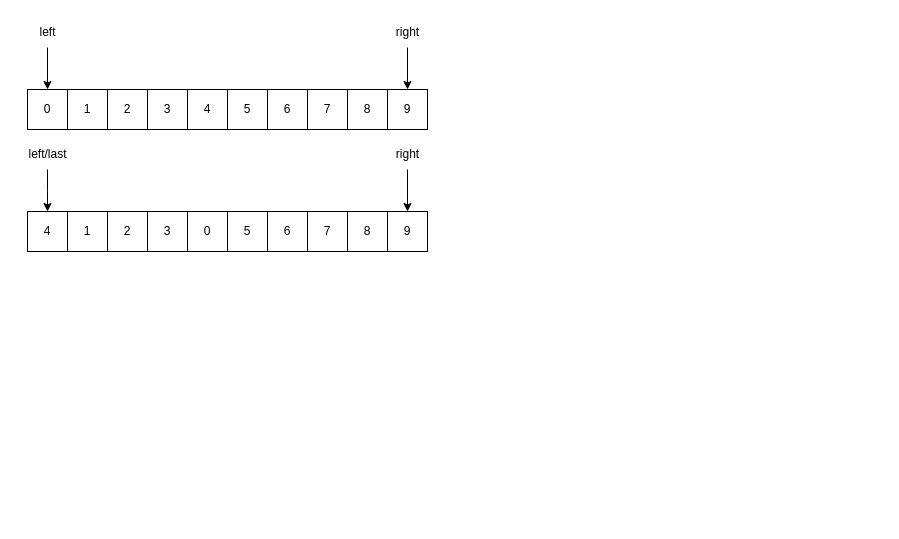
200928/image keeps this draw.io diagram as page "第 2 页" (2 of 2) of Untitled Diagram.drawio. Above is the earlier version. Source tidied: cells renumbered, new cells numbered last; positions are measured from the earlier drawing's top-left corner, leaving out a move shared by most shapes. Both pictures are drawn from the tidied source at 100%, with x=0, y=0 at pixel (17, 17).
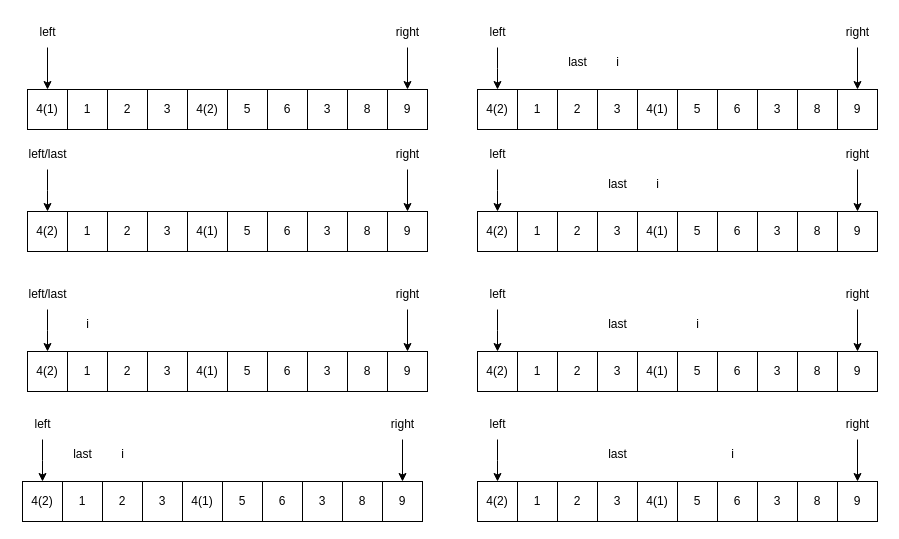
The same diagram, later.

The edit, as a diff of the source:
```diff
@@
-    <mxCell id="2" value="0" style="rounded=0;whiteSpace=wrap;html=1;" parent="1" vertex="1">
+    <mxCell id="2" value="4(1)" style="rounded=0;whiteSpace=wrap;html=1;" parent="1" vertex="1">
       <mxGeometry x="10" y="72" width="40" height="40" as="geometry" />
     </mxCell>
@@
-    <mxCell id="6" value="4" style="rounded=0;whiteSpace=wrap;html=1;" parent="1" vertex="1">
+    <mxCell id="6" value="4(2)" style="rounded=0;whiteSpace=wrap;html=1;" parent="1" vertex="1">
       <mxGeometry x="170" y="72" width="40" height="40" as="geometry" />
     </mxCell>
@@
-    <mxCell id="9" value="7" style="rounded=0;whiteSpace=wrap;html=1;" parent="1" vertex="1">
+    <mxCell id="9" value="3" style="rounded=0;whiteSpace=wrap;html=1;" parent="1" vertex="1">
       <mxGeometry x="290" y="72" width="40" height="40" as="geometry" />
     </mxCell>
@@
-    <mxCell id="19" value="4" style="rounded=0;whiteSpace=wrap;html=1;" parent="1" vertex="1">
+    <mxCell id="19" value="4(2)" style="rounded=0;whiteSpace=wrap;html=1;" parent="1" vertex="1">
       <mxGeometry x="10" y="194" width="40" height="40" as="geometry" />
     </mxCell>
@@
-    <mxCell id="22" value="7" style="rounded=0;whiteSpace=wrap;html=1;" parent="1" vertex="1">
+    <mxCell id="22" value="3" style="rounded=0;whiteSpace=wrap;html=1;" parent="1" vertex="1">
       <mxGeometry x="290" y="194" width="40" height="40" as="geometry" />
     </mxCell>
@@
-    <mxCell id="29" value="0" style="rounded=0;whiteSpace=wrap;html=1;" parent="1" vertex="1">
-      <mxGeometry x="170" y="194" width="40" height="40" as="geometry" />
-    </mxCell>
+    <mxCell id="30" value="1" style="rounded=0;whiteSpace=wrap;html=1;" parent="1" vertex="1">
+      <mxGeometry x="50" y="334" width="40" height="40" as="geometry" />
+    </mxCell>
+    <mxCell id="31" value="2" style="rounded=0;whiteSpace=wrap;html=1;" parent="1" vertex="1">
+      <mxGeometry x="90" y="334" width="40" height="40" as="geometry" />
+    </mxCell>
+    <mxCell id="32" value="3" style="rounded=0;whiteSpace=wrap;html=1;" parent="1" vertex="1">
+      <mxGeometry x="130" y="334" width="40" height="40" as="geometry" />
+    </mxCell>
+    <mxCell id="33" value="4(2)" style="rounded=0;whiteSpace=wrap;html=1;" parent="1" vertex="1">
+      <mxGeometry x="10" y="334" width="40" height="40" as="geometry" />
+    </mxCell>
+    <mxCell id="34" value="5" style="rounded=0;whiteSpace=wrap;html=1;" parent="1" vertex="1">
+      <mxGeometry x="210" y="334" width="40" height="40" as="geometry" />
+    </mxCell>
+    <mxCell id="35" value="6" style="rounded=0;whiteSpace=wrap;html=1;" parent="1" vertex="1">
+      <mxGeometry x="250" y="334" width="40" height="40" as="geometry" />
+    </mxCell>
+    <mxCell id="36" value="3" style="rounded=0;whiteSpace=wrap;html=1;" parent="1" vertex="1">
+      <mxGeometry x="290" y="334" width="40" height="40" as="geometry" />
+    </mxCell>
+    <mxCell id="37" value="8" style="rounded=0;whiteSpace=wrap;html=1;" parent="1" vertex="1">
+      <mxGeometry x="330" y="334" width="40" height="40" as="geometry" />
+    </mxCell>
+    <mxCell id="38" value="9" style="rounded=0;whiteSpace=wrap;html=1;" parent="1" vertex="1">
+      <mxGeometry x="370" y="334" width="40" height="40" as="geometry" />
+    </mxCell>
+    <mxCell id="39" style="edgeStyle=orthogonalEdgeStyle;rounded=0;jettySize=auto;html=1;entryX=0.5;entryY=0;entryDx=0;entryDy=0;" parent="1" edge="1" source="40">
+      <mxGeometry relative="1" as="geometry">
+        <mxPoint x="30" y="334" as="targetPoint" />
+      </mxGeometry>
+    </mxCell>
+    <mxCell id="40" value="left/last" style="text;html=1;align=center;verticalAlign=middle;points=[];strokeColor=none;fillColor=none;" parent="1" vertex="1">
+      <mxGeometry y="262" width="60" height="30" as="geometry" />
+    </mxCell>
+    <mxCell id="41" style="edgeStyle=orthogonalEdgeStyle;rounded=0;jettySize=auto;html=1;entryX=0.5;entryY=0;entryDx=0;entryDy=0;" parent="1" edge="1" source="42" target="38">
+      <mxGeometry relative="1" as="geometry" />
+    </mxCell>
+    <mxCell id="42" value="right" style="text;html=1;align=center;verticalAlign=middle;points=[];strokeColor=none;fillColor=none;" parent="1" vertex="1">
+      <mxGeometry x="365" y="262" width="50" height="30" as="geometry" />
+    </mxCell>
+    <mxCell id="43" value="i" style="text;html=1;align=center;verticalAlign=middle;strokeColor=none;fillColor=none;" parent="1" vertex="1">
+      <mxGeometry x="55" y="292" width="30" height="30" as="geometry" />
+    </mxCell>
+    <mxCell id="44" value="4(1)" style="rounded=0;whiteSpace=wrap;html=1;" parent="1" vertex="1">
+      <mxGeometry x="170" y="194" width="40" height="40" as="geometry" />
+    </mxCell>
+    <mxCell id="45" value="4(1)" style="rounded=0;whiteSpace=wrap;html=1;" parent="1" vertex="1">
+      <mxGeometry x="170" y="334" width="40" height="40" as="geometry" />
+    </mxCell>
+    <mxCell id="46" value="1" style="rounded=0;whiteSpace=wrap;html=1;" parent="1" vertex="1">
+      <mxGeometry x="45" y="464" width="40" height="40" as="geometry" />
+    </mxCell>
+    <mxCell id="47" value="2" style="rounded=0;whiteSpace=wrap;html=1;" parent="1" vertex="1">
+      <mxGeometry x="85" y="464" width="40" height="40" as="geometry" />
+    </mxCell>
+    <mxCell id="48" value="3" style="rounded=0;whiteSpace=wrap;html=1;" parent="1" vertex="1">
+      <mxGeometry x="125" y="464" width="40" height="40" as="geometry" />
+    </mxCell>
+    <mxCell id="49" value="4(2)" style="rounded=0;whiteSpace=wrap;html=1;" parent="1" vertex="1">
+      <mxGeometry x="5" y="464" width="40" height="40" as="geometry" />
+    </mxCell>
+    <mxCell id="50" value="5" style="rounded=0;whiteSpace=wrap;html=1;" parent="1" vertex="1">
+      <mxGeometry x="205" y="464" width="40" height="40" as="geometry" />
+    </mxCell>
+    <mxCell id="51" value="6" style="rounded=0;whiteSpace=wrap;html=1;" parent="1" vertex="1">
+      <mxGeometry x="245" y="464" width="40" height="40" as="geometry" />
+    </mxCell>
+    <mxCell id="52" value="3" style="rounded=0;whiteSpace=wrap;html=1;" parent="1" vertex="1">
+      <mxGeometry x="285" y="464" width="40" height="40" as="geometry" />
+    </mxCell>
+    <mxCell id="53" value="8" style="rounded=0;whiteSpace=wrap;html=1;" parent="1" vertex="1">
+      <mxGeometry x="325" y="464" width="40" height="40" as="geometry" />
+    </mxCell>
+    <mxCell id="54" value="9" style="rounded=0;whiteSpace=wrap;html=1;" parent="1" vertex="1">
+      <mxGeometry x="365" y="464" width="40" height="40" as="geometry" />
+    </mxCell>
+    <mxCell id="55" style="edgeStyle=orthogonalEdgeStyle;rounded=0;jettySize=auto;html=1;entryX=0.5;entryY=0;entryDx=0;entryDy=0;" parent="1" edge="1" source="56">
+      <mxGeometry relative="1" as="geometry">
+        <mxPoint x="25" y="464" as="targetPoint" />
+      </mxGeometry>
+    </mxCell>
+    <mxCell id="56" value="left" style="text;html=1;align=center;verticalAlign=middle;points=[];strokeColor=none;fillColor=none;" parent="1" vertex="1">
+      <mxGeometry x="5" y="392" width="40" height="30" as="geometry" />
+    </mxCell>
+    <mxCell id="57" style="edgeStyle=orthogonalEdgeStyle;rounded=0;jettySize=auto;html=1;entryX=0.5;entryY=0;entryDx=0;entryDy=0;" parent="1" edge="1" source="58" target="54">
+      <mxGeometry relative="1" as="geometry" />
+    </mxCell>
+    <mxCell id="58" value="right" style="text;html=1;align=center;verticalAlign=middle;points=[];strokeColor=none;fillColor=none;" parent="1" vertex="1">
+      <mxGeometry x="360" y="392" width="50" height="30" as="geometry" />
+    </mxCell>
+    <mxCell id="59" value="i" style="text;html=1;align=center;verticalAlign=middle;strokeColor=none;fillColor=none;" parent="1" vertex="1">
+      <mxGeometry x="90" y="422" width="30" height="30" as="geometry" />
+    </mxCell>
+    <mxCell id="60" value="4(1)" style="rounded=0;whiteSpace=wrap;html=1;" parent="1" vertex="1">
+      <mxGeometry x="165" y="464" width="40" height="40" as="geometry" />
+    </mxCell>
+    <mxCell id="61" value="last" style="text;html=1;align=center;verticalAlign=middle;strokeColor=none;fillColor=none;" parent="1" vertex="1">
+      <mxGeometry x="45" y="422" width="40" height="30" as="geometry" />
+    </mxCell>
+    <mxCell id="62" value="1" style="rounded=0;whiteSpace=wrap;html=1;" parent="1" vertex="1">
+      <mxGeometry x="500" y="72" width="40" height="40" as="geometry" />
+    </mxCell>
+    <mxCell id="63" value="2" style="rounded=0;whiteSpace=wrap;html=1;" parent="1" vertex="1">
+      <mxGeometry x="540" y="72" width="40" height="40" as="geometry" />
+    </mxCell>
+    <mxCell id="64" value="3" style="rounded=0;whiteSpace=wrap;html=1;" parent="1" vertex="1">
+      <mxGeometry x="580" y="72" width="40" height="40" as="geometry" />
+    </mxCell>
+    <mxCell id="65" value="4(2)" style="rounded=0;whiteSpace=wrap;html=1;" parent="1" vertex="1">
+      <mxGeometry x="460" y="72" width="40" height="40" as="geometry" />
+    </mxCell>
+    <mxCell id="66" value="5" style="rounded=0;whiteSpace=wrap;html=1;" parent="1" vertex="1">
+      <mxGeometry x="660" y="72" width="40" height="40" as="geometry" />
+    </mxCell>
+    <mxCell id="67" value="6" style="rounded=0;whiteSpace=wrap;html=1;" parent="1" vertex="1">
+      <mxGeometry x="700" y="72" width="40" height="40" as="geometry" />
+    </mxCell>
+    <mxCell id="68" value="3" style="rounded=0;whiteSpace=wrap;html=1;" parent="1" vertex="1">
+      <mxGeometry x="740" y="72" width="40" height="40" as="geometry" />
+    </mxCell>
+    <mxCell id="69" value="8" style="rounded=0;whiteSpace=wrap;html=1;" parent="1" vertex="1">
+      <mxGeometry x="780" y="72" width="40" height="40" as="geometry" />
+    </mxCell>
+    <mxCell id="70" value="9" style="rounded=0;whiteSpace=wrap;html=1;" parent="1" vertex="1">
+      <mxGeometry x="820" y="72" width="40" height="40" as="geometry" />
+    </mxCell>
+    <mxCell id="71" style="edgeStyle=orthogonalEdgeStyle;rounded=0;jettySize=auto;html=1;entryX=0.5;entryY=0;entryDx=0;entryDy=0;" parent="1" edge="1" source="72">
+      <mxGeometry relative="1" as="geometry">
+        <mxPoint x="480" y="72" as="targetPoint" />
+      </mxGeometry>
+    </mxCell>
+    <mxCell id="72" value="left" style="text;html=1;align=center;verticalAlign=middle;points=[];strokeColor=none;fillColor=none;" parent="1" vertex="1">
+      <mxGeometry x="460" width="40" height="30" as="geometry" />
+    </mxCell>
+    <mxCell id="73" style="edgeStyle=orthogonalEdgeStyle;rounded=0;jettySize=auto;html=1;entryX=0.5;entryY=0;entryDx=0;entryDy=0;" parent="1" edge="1" source="74" target="70">
+      <mxGeometry relative="1" as="geometry" />
+    </mxCell>
+    <mxCell id="74" value="right" style="text;html=1;align=center;verticalAlign=middle;points=[];strokeColor=none;fillColor=none;" parent="1" vertex="1">
+      <mxGeometry x="815" width="50" height="30" as="geometry" />
+    </mxCell>
+    <mxCell id="75" value="i" style="text;html=1;align=center;verticalAlign=middle;strokeColor=none;fillColor=none;" parent="1" vertex="1">
+      <mxGeometry x="585" y="30" width="30" height="30" as="geometry" />
+    </mxCell>
+    <mxCell id="76" value="4(1)" style="rounded=0;whiteSpace=wrap;html=1;" parent="1" vertex="1">
+      <mxGeometry x="620" y="72" width="40" height="40" as="geometry" />
+    </mxCell>
+    <mxCell id="77" value="last" style="text;html=1;align=center;verticalAlign=middle;strokeColor=none;fillColor=none;" parent="1" vertex="1">
+      <mxGeometry x="540" y="30" width="40" height="30" as="geometry" />
+    </mxCell>
+    <mxCell id="78" value="1" style="rounded=0;whiteSpace=wrap;html=1;" parent="1" vertex="1">
+      <mxGeometry x="500" y="194" width="40" height="40" as="geometry" />
+    </mxCell>
+    <mxCell id="79" value="2" style="rounded=0;whiteSpace=wrap;html=1;" parent="1" vertex="1">
+      <mxGeometry x="540" y="194" width="40" height="40" as="geometry" />
+    </mxCell>
+    <mxCell id="80" value="3" style="rounded=0;whiteSpace=wrap;html=1;" parent="1" vertex="1">
+      <mxGeometry x="580" y="194" width="40" height="40" as="geometry" />
+    </mxCell>
+    <mxCell id="81" value="4(2)" style="rounded=0;whiteSpace=wrap;html=1;" parent="1" vertex="1">
+      <mxGeometry x="460" y="194" width="40" height="40" as="geometry" />
+    </mxCell>
+    <mxCell id="82" value="5" style="rounded=0;whiteSpace=wrap;html=1;" parent="1" vertex="1">
+      <mxGeometry x="660" y="194" width="40" height="40" as="geometry" />
+    </mxCell>
+    <mxCell id="83" value="6" style="rounded=0;whiteSpace=wrap;html=1;" parent="1" vertex="1">
+      <mxGeometry x="700" y="194" width="40" height="40" as="geometry" />
+    </mxCell>
+    <mxCell id="84" value="3" style="rounded=0;whiteSpace=wrap;html=1;" parent="1" vertex="1">
+      <mxGeometry x="740" y="194" width="40" height="40" as="geometry" />
+    </mxCell>
+    <mxCell id="85" value="8" style="rounded=0;whiteSpace=wrap;html=1;" parent="1" vertex="1">
+      <mxGeometry x="780" y="194" width="40" height="40" as="geometry" />
+    </mxCell>
+    <mxCell id="86" value="9" style="rounded=0;whiteSpace=wrap;html=1;" parent="1" vertex="1">
+      <mxGeometry x="820" y="194" width="40" height="40" as="geometry" />
+    </mxCell>
+    <mxCell id="87" style="edgeStyle=orthogonalEdgeStyle;rounded=0;jettySize=auto;html=1;entryX=0.5;entryY=0;entryDx=0;entryDy=0;" parent="1" edge="1" source="88">
+      <mxGeometry relative="1" as="geometry">
+        <mxPoint x="480" y="194" as="targetPoint" />
+      </mxGeometry>
+    </mxCell>
+    <mxCell id="88" value="left" style="text;html=1;align=center;verticalAlign=middle;points=[];strokeColor=none;fillColor=none;" parent="1" vertex="1">
+      <mxGeometry x="460" y="122" width="40" height="30" as="geometry" />
+    </mxCell>
+    <mxCell id="89" style="edgeStyle=orthogonalEdgeStyle;rounded=0;jettySize=auto;html=1;entryX=0.5;entryY=0;entryDx=0;entryDy=0;" parent="1" edge="1" source="90" target="86">
+      <mxGeometry relative="1" as="geometry" />
+    </mxCell>
+    <mxCell id="90" value="right" style="text;html=1;align=center;verticalAlign=middle;points=[];strokeColor=none;fillColor=none;" parent="1" vertex="1">
+      <mxGeometry x="815" y="122" width="50" height="30" as="geometry" />
+    </mxCell>
+    <mxCell id="91" value="i" style="text;html=1;align=center;verticalAlign=middle;strokeColor=none;fillColor=none;" parent="1" vertex="1">
+      <mxGeometry x="625" y="152" width="30" height="30" as="geometry" />
+    </mxCell>
+    <mxCell id="92" value="4(1)" style="rounded=0;whiteSpace=wrap;html=1;" parent="1" vertex="1">
+      <mxGeometry x="620" y="194" width="40" height="40" as="geometry" />
+    </mxCell>
+    <mxCell id="93" value="last" style="text;html=1;align=center;verticalAlign=middle;strokeColor=none;fillColor=none;" parent="1" vertex="1">
+      <mxGeometry x="580" y="152" width="40" height="30" as="geometry" />
+    </mxCell>
+    <mxCell id="94" value="1" style="rounded=0;whiteSpace=wrap;html=1;" parent="1" vertex="1">
+      <mxGeometry x="500" y="334" width="40" height="40" as="geometry" />
+    </mxCell>
+    <mxCell id="95" value="2" style="rounded=0;whiteSpace=wrap;html=1;" parent="1" vertex="1">
+      <mxGeometry x="540" y="334" width="40" height="40" as="geometry" />
+    </mxCell>
+    <mxCell id="96" value="3" style="rounded=0;whiteSpace=wrap;html=1;" parent="1" vertex="1">
+      <mxGeometry x="580" y="334" width="40" height="40" as="geometry" />
+    </mxCell>
+    <mxCell id="97" value="4(2)" style="rounded=0;whiteSpace=wrap;html=1;" parent="1" vertex="1">
+      <mxGeometry x="460" y="334" width="40" height="40" as="geometry" />
+    </mxCell>
+    <mxCell id="98" value="5" style="rounded=0;whiteSpace=wrap;html=1;" parent="1" vertex="1">
+      <mxGeometry x="660" y="334" width="40" height="40" as="geometry" />
+    </mxCell>
+    <mxCell id="99" value="6" style="rounded=0;whiteSpace=wrap;html=1;" parent="1" vertex="1">
+      <mxGeometry x="700" y="334" width="40" height="40" as="geometry" />
+    </mxCell>
+    <mxCell id="100" value="3" style="rounded=0;whiteSpace=wrap;html=1;" parent="1" vertex="1">
+      <mxGeometry x="740" y="334" width="40" height="40" as="geometry" />
+    </mxCell>
+    <mxCell id="101" value="8" style="rounded=0;whiteSpace=wrap;html=1;" parent="1" vertex="1">
+      <mxGeometry x="780" y="334" width="40" height="40" as="geometry" />
+    </mxCell>
+    <mxCell id="102" value="9" style="rounded=0;whiteSpace=wrap;html=1;" parent="1" vertex="1">
+      <mxGeometry x="820" y="334" width="40" height="40" as="geometry" />
+    </mxCell>
+    <mxCell id="103" style="edgeStyle=orthogonalEdgeStyle;rounded=0;jettySize=auto;html=1;entryX=0.5;entryY=0;entryDx=0;entryDy=0;" parent="1" edge="1" source="104">
+      <mxGeometry relative="1" as="geometry">
+        <mxPoint x="480" y="334" as="targetPoint" />
+      </mxGeometry>
+    </mxCell>
+    <mxCell id="104" value="left" style="text;html=1;align=center;verticalAlign=middle;points=[];strokeColor=none;fillColor=none;" parent="1" vertex="1">
+      <mxGeometry x="460" y="262" width="40" height="30" as="geometry" />
+    </mxCell>
+    <mxCell id="105" style="edgeStyle=orthogonalEdgeStyle;rounded=0;jettySize=auto;html=1;entryX=0.5;entryY=0;entryDx=0;entryDy=0;" parent="1" edge="1" source="106" target="102">
+      <mxGeometry relative="1" as="geometry" />
+    </mxCell>
+    <mxCell id="106" value="right" style="text;html=1;align=center;verticalAlign=middle;points=[];strokeColor=none;fillColor=none;" parent="1" vertex="1">
+      <mxGeometry x="815" y="262" width="50" height="30" as="geometry" />
+    </mxCell>
+    <mxCell id="107" value="i" style="text;html=1;align=center;verticalAlign=middle;strokeColor=none;fillColor=none;" parent="1" vertex="1">
+      <mxGeometry x="665" y="292" width="30" height="30" as="geometry" />
+    </mxCell>
+    <mxCell id="108" value="4(1)" style="rounded=0;whiteSpace=wrap;html=1;" parent="1" vertex="1">
+      <mxGeometry x="620" y="334" width="40" height="40" as="geometry" />
+    </mxCell>
+    <mxCell id="109" value="last" style="text;html=1;align=center;verticalAlign=middle;strokeColor=none;fillColor=none;" parent="1" vertex="1">
+      <mxGeometry x="580" y="292" width="40" height="30" as="geometry" />
+    </mxCell>
+    <mxCell id="110" value="1" style="rounded=0;whiteSpace=wrap;html=1;" parent="1" vertex="1">
+      <mxGeometry x="500" y="464" width="40" height="40" as="geometry" />
+    </mxCell>
+    <mxCell id="111" value="2" style="rounded=0;whiteSpace=wrap;html=1;" parent="1" vertex="1">
+      <mxGeometry x="540" y="464" width="40" height="40" as="geometry" />
+    </mxCell>
+    <mxCell id="112" value="3" style="rounded=0;whiteSpace=wrap;html=1;" parent="1" vertex="1">
+      <mxGeometry x="580" y="464" width="40" height="40" as="geometry" />
+    </mxCell>
+    <mxCell id="113" value="4(2)" style="rounded=0;whiteSpace=wrap;html=1;" parent="1" vertex="1">
+      <mxGeometry x="460" y="464" width="40" height="40" as="geometry" />
+    </mxCell>
+    <mxCell id="114" value="5" style="rounded=0;whiteSpace=wrap;html=1;" parent="1" vertex="1">
+      <mxGeometry x="660" y="464" width="40" height="40" as="geometry" />
+    </mxCell>
+    <mxCell id="115" value="6" style="rounded=0;whiteSpace=wrap;html=1;" parent="1" vertex="1">
+      <mxGeometry x="700" y="464" width="40" height="40" as="geometry" />
+    </mxCell>
+    <mxCell id="116" value="3" style="rounded=0;whiteSpace=wrap;html=1;" parent="1" vertex="1">
+      <mxGeometry x="740" y="464" width="40" height="40" as="geometry" />
+    </mxCell>
+    <mxCell id="117" value="8" style="rounded=0;whiteSpace=wrap;html=1;" parent="1" vertex="1">
+      <mxGeometry x="780" y="464" width="40" height="40" as="geometry" />
+    </mxCell>
+    <mxCell id="118" value="9" style="rounded=0;whiteSpace=wrap;html=1;" parent="1" vertex="1">
+      <mxGeometry x="820" y="464" width="40" height="40" as="geometry" />
+    </mxCell>
+    <mxCell id="119" style="edgeStyle=orthogonalEdgeStyle;rounded=0;jettySize=auto;html=1;entryX=0.5;entryY=0;entryDx=0;entryDy=0;" parent="1" edge="1" source="120">
+      <mxGeometry relative="1" as="geometry">
+        <mxPoint x="480" y="464" as="targetPoint" />
+      </mxGeometry>
+    </mxCell>
+    <mxCell id="120" value="left" style="text;html=1;align=center;verticalAlign=middle;points=[];strokeColor=none;fillColor=none;" parent="1" vertex="1">
+      <mxGeometry x="460" y="392" width="40" height="30" as="geometry" />
+    </mxCell>
+    <mxCell id="121" style="edgeStyle=orthogonalEdgeStyle;rounded=0;jettySize=auto;html=1;entryX=0.5;entryY=0;entryDx=0;entryDy=0;" parent="1" edge="1" source="122" target="118">
+      <mxGeometry relative="1" as="geometry" />
+    </mxCell>
+    <mxCell id="122" value="right" style="text;html=1;align=center;verticalAlign=middle;points=[];strokeColor=none;fillColor=none;" parent="1" vertex="1">
+      <mxGeometry x="815" y="392" width="50" height="30" as="geometry" />
+    </mxCell>
+    <mxCell id="123" value="i" style="text;html=1;align=center;verticalAlign=middle;strokeColor=none;fillColor=none;" parent="1" vertex="1">
+      <mxGeometry x="700" y="422" width="30" height="30" as="geometry" />
+    </mxCell>
+    <mxCell id="124" value="4(1)" style="rounded=0;whiteSpace=wrap;html=1;" parent="1" vertex="1">
+      <mxGeometry x="620" y="464" width="40" height="40" as="geometry" />
+    </mxCell>
+    <mxCell id="125" value="last" style="text;html=1;align=center;verticalAlign=middle;strokeColor=none;fillColor=none;" parent="1" vertex="1">
+      <mxGeometry x="580" y="422" width="40" height="30" as="geometry" />
+    </mxCell>
```
